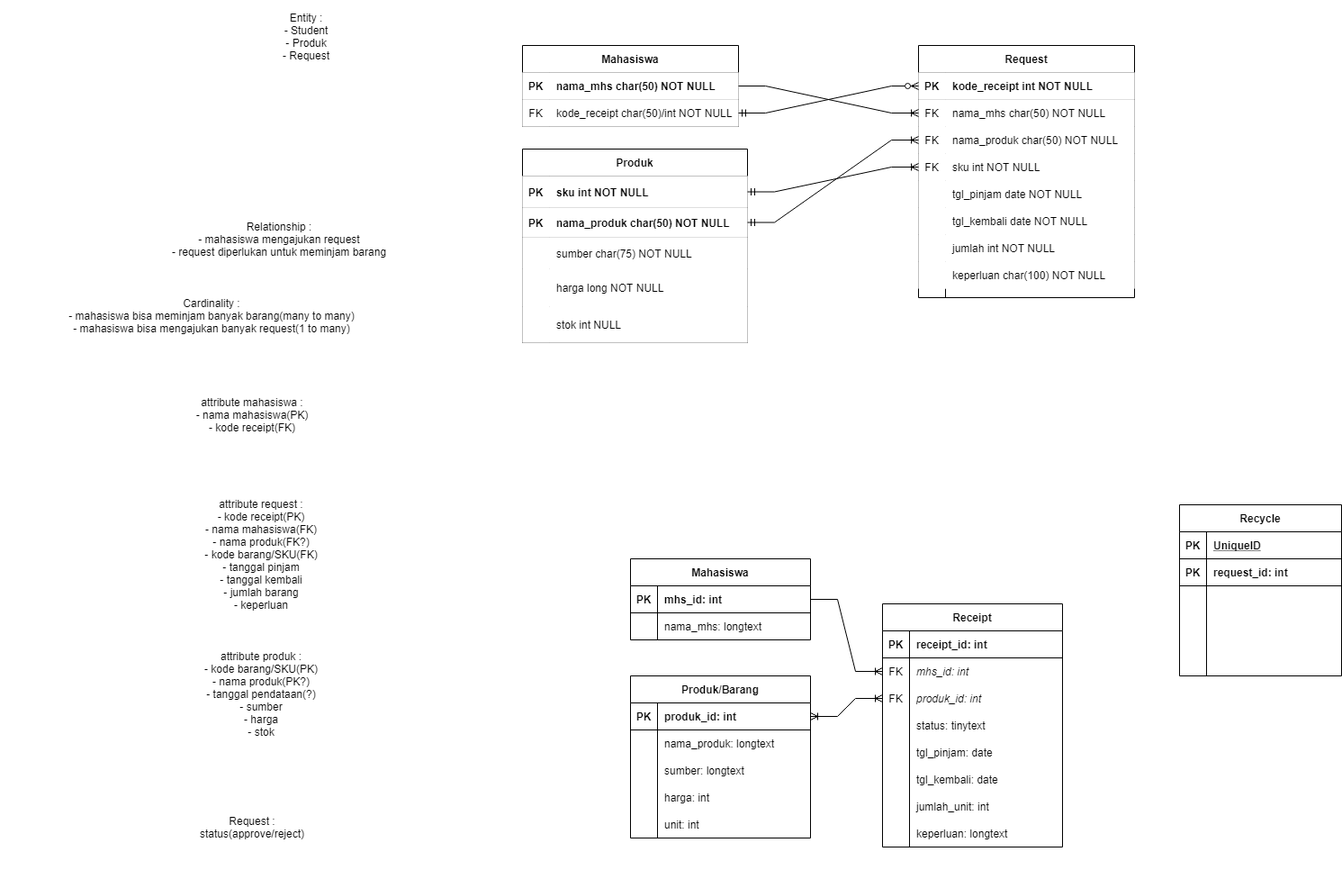
This is diagrams/ER diagram.drawio.png from johannfac/aplikasipeminjamanaset, a draw.io export, as it was before one commit. Source tidied: cells renumbered, new cells last; positions are measured from the earlier drawing's top-left corner, leaving out a move shared by most shapes.
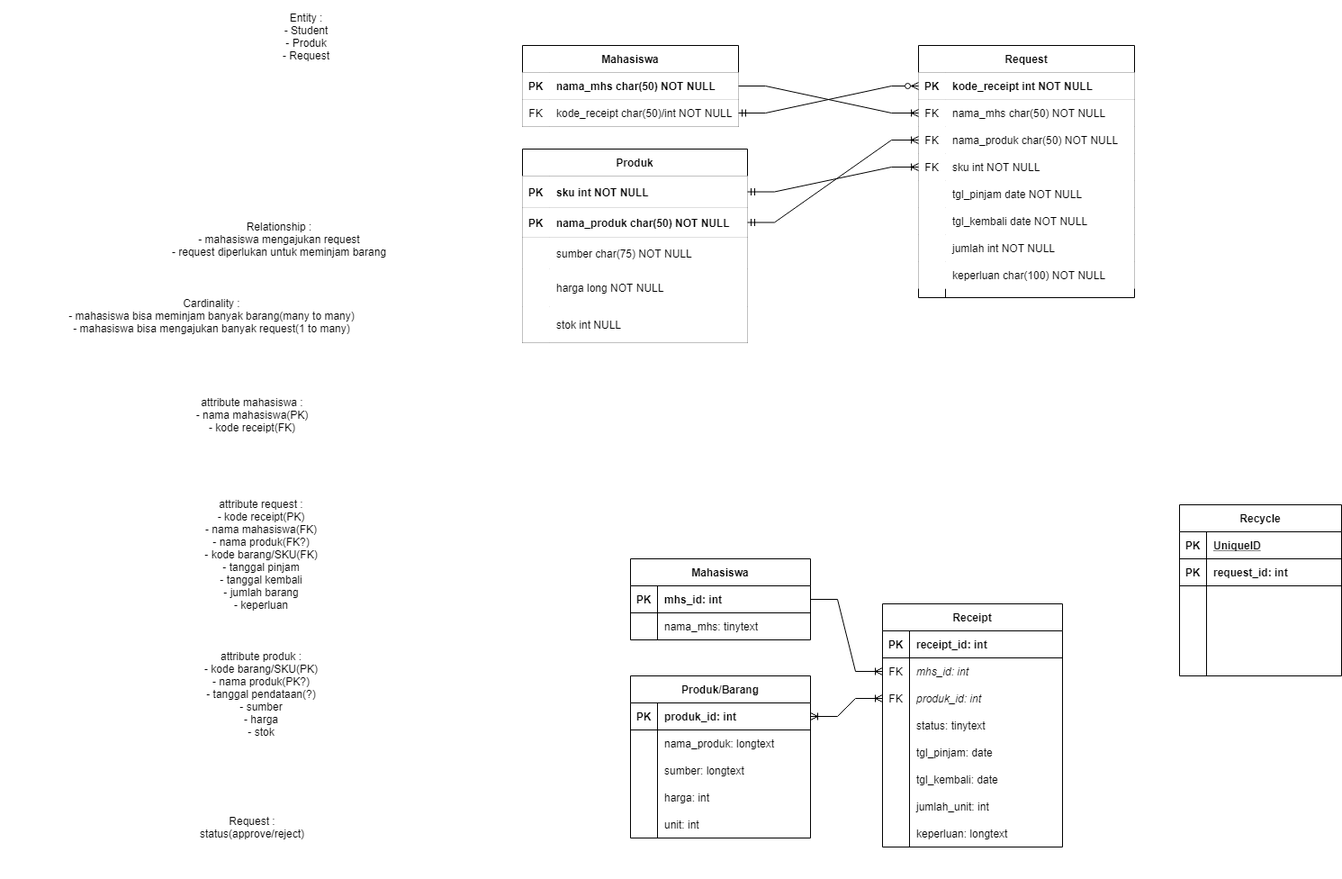
After the change.

The edit, as a diff of the source:
```diff
@@ -194,7 +194,7 @@
     <mxCell id="65" style="shape=partialRectangle;fillColor=none;top=0;left=0;bottom=0;right=0;overflow=hidden;fontColor=default;strokeColor=default;" parent="64" vertex="1">
       <mxGeometry width="30" height="30" as="geometry" />
     </mxCell>
-    <mxCell id="66" value="nama_mhs: longtext" style="shape=partialRectangle;fillColor=none;top=0;left=0;bottom=0;right=0;align=left;spacingLeft=6;overflow=hidden;fontColor=default;strokeColor=default;" parent="64" vertex="1">
+    <mxCell id="66" value="nama_mhs: tinytext" style="shape=partialRectangle;fillColor=none;top=0;left=0;bottom=0;right=0;align=left;spacingLeft=6;overflow=hidden;fontColor=default;strokeColor=default;" parent="64" vertex="1">
       <mxGeometry x="30" width="170" height="30" as="geometry" />
     </mxCell>
     <mxCell id="67" value="Produk/Barang" style="shape=table;startSize=30;rowLines=0;fontStyle=1;align=center;fontColor=default;strokeColor=default;fillColor=none;" parent="1" vertex="1">
```
